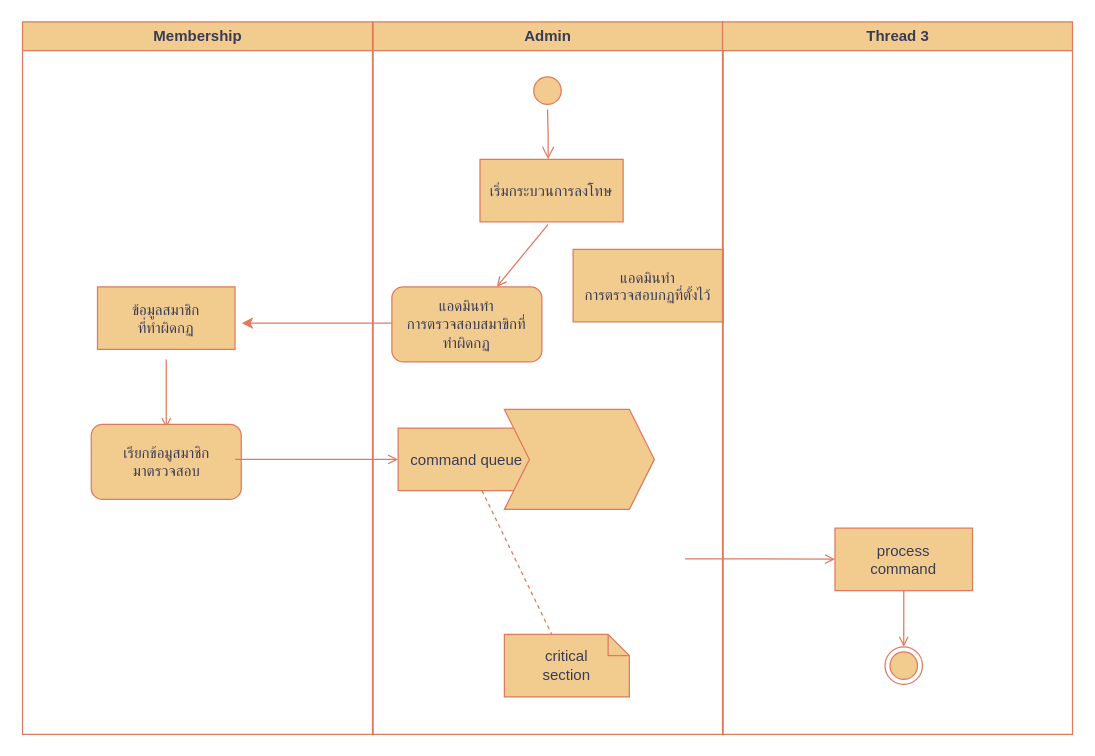
textures1245/textures1245 keeps this draw.io diagram as แบบแผนที่ยังไม่ได้ตั้งชื่อ.drawio. Above is the earlier version. Source tidied: cells renumbered, new cells numbered last; positions are measured from the earlier drawing's top-left corner, leaving out a move shared by most shapes. Both pictures are drawn from the tidied source at 125%, with x=0, y=0 at pixel (21, 21).
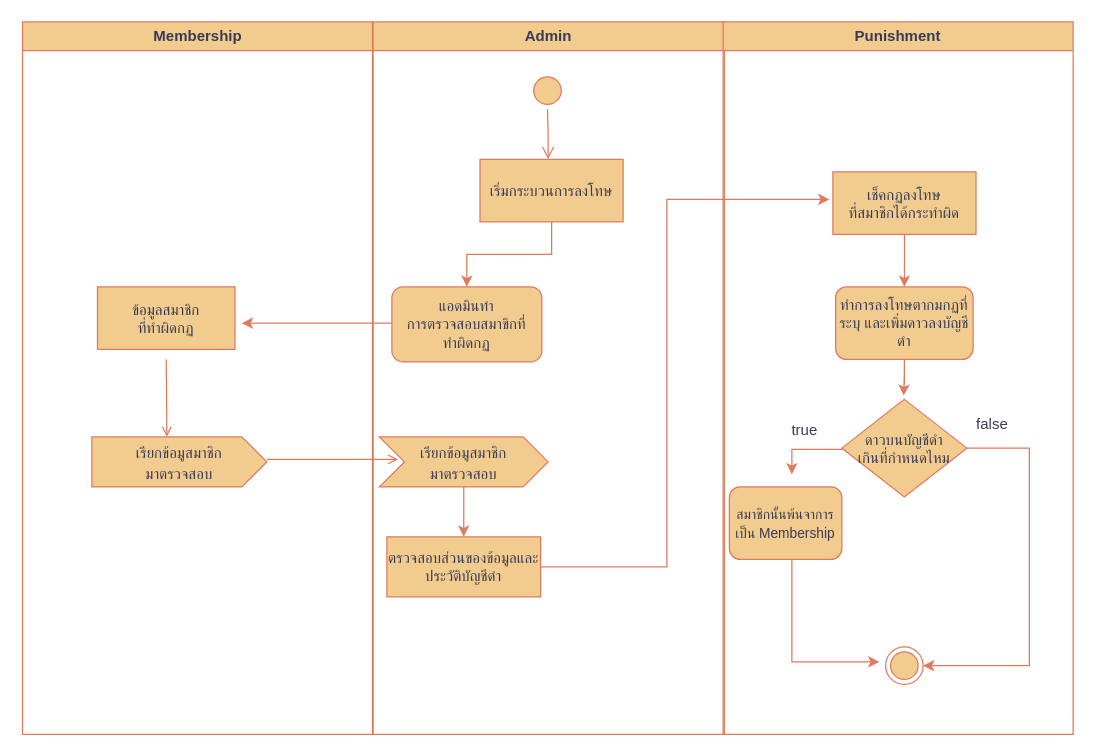
The same diagram, later.

The change refers to these unchanged cells:
```xml
<mxCell id="2" value="Membership" style="swimlane;whiteSpace=wrap;labelBackgroundColor=none;fillColor=#F2CC8F;strokeColor=#E07A5F;fontColor=#393C56;" parent="1" vertex="1">
  <mxGeometry x="0.5" width="280" height="570" as="geometry" />
</mxCell>
<mxCell id="9" value="เริ่มกระบวนการลงโทษ" style="labelBackgroundColor=none;fillColor=#F2CC8F;strokeColor=#E07A5F;fontColor=#393C56;" parent="6" vertex="1">
  <mxGeometry x="85.5" y="110" width="114.5" height="50" as="geometry" />
</mxCell>
<mxCell id="16" value="แอดมินทำ&lt;br style=&quot;border-color: var(--border-color); padding: 0px; margin: 0px;&quot;&gt;&lt;span style=&quot;&quot;&gt;การตรวจสอบสมาขิกที่&lt;/span&gt;&lt;br style=&quot;border-color: var(--border-color); padding: 0px; margin: 0px;&quot;&gt;&lt;span style=&quot;&quot;&gt;ทำผิดกฏ&lt;/span&gt;" style="rounded=1;whiteSpace=wrap;html=1;labelBackgroundColor=none;strokeColor=#E07A5F;fontFamily=Helvetica;fontSize=12;fontColor=#393C56;fillColor=#F2CC8F;" parent="6" vertex="1">
  <mxGeometry x="15" y="212" width="120" height="60" as="geometry" />
</mxCell>
<mxCell id="21" style="ellipse;shape=endState;fillColor=#F2CC8F;strokeColor=#E07A5F;labelBackgroundColor=none;fontColor=#393C56;" parent="18" vertex="1">
  <mxGeometry x="130" y="500" width="30" height="30" as="geometry" />
</mxCell>
```

The edit, as a diff of the source:
```diff
@@
-    <mxCell id="4" style="endArrow=open;strokeColor=#E07A5F;endFill=1;rounded=0;labelBackgroundColor=none;fontColor=default;" parent="2" edge="1">
+    <mxCell id="4" style="endArrow=open;strokeColor=#E07A5F;endFill=1;rounded=0;labelBackgroundColor=none;fontColor=default;entryX=0;entryY=0;entryDx=60;entryDy=0;entryPerimeter=0;" parent="2" edge="1" target="24">
       <mxGeometry relative="1" as="geometry">
         <mxPoint x="115" y="270" as="sourcePoint" />
-        <mxPoint x="115" y="325" as="targetPoint" />
       </mxGeometry>
     </mxCell>
-    <mxCell id="5" value="เรียกข้อมูสมาชิก&lt;br style=&quot;border-color: var(--border-color); padding: 0px; margin: 0px;&quot;&gt;&lt;span style=&quot;&quot;&gt;มาตรวจสอบ&lt;/span&gt;" style="rounded=1;whiteSpace=wrap;html=1;labelBackgroundColor=none;strokeColor=#E07A5F;fontFamily=Helvetica;fontSize=12;fontColor=#393C56;fillColor=#F2CC8F;" parent="2" vertex="1">
-      <mxGeometry x="55" y="322" width="120" height="60" as="geometry" />
-    </mxCell>
+    <mxCell id="24" value="&lt;font style=&quot;font-size: 12px;&quot;&gt;เรียกข้อมูสมาชิก&lt;br style=&quot;border-color: var(--border-color); padding: 0px; margin: 0px;&quot;&gt;&lt;span style=&quot;border-color: var(--border-color);&quot;&gt;มาตรวจสอบ&lt;/span&gt;&lt;/font&gt;" style="html=1;shape=mxgraph.infographic.ribbonSimple;notch1=0;notch2=20;align=center;verticalAlign=middle;fontSize=14;fontStyle=0;fillColor=#F2CC8F;whiteSpace=wrap;strokeColor=#E07A5F;fontColor=#393C56;labelBackgroundColor=none;" parent="2" vertex="1">
+      <mxGeometry x="55.5" y="332" width="140" height="40" as="geometry" />
+    </mxCell>
     <mxCell id="6" value="Admin" style="swimlane;whiteSpace=wrap;labelBackgroundColor=none;fillColor=#F2CC8F;strokeColor=#E07A5F;fontColor=#393C56;" parent="1" vertex="1">
-      <mxGeometry x="281" width="280" height="570" as="geometry" />
+      <mxGeometry x="281" width="281" height="570" as="geometry" />
     </mxCell>
@@
+    <mxCell id="25" style="edgeStyle=orthogonalEdgeStyle;rounded=0;jettySize=auto;html=1;entryX=0.5;entryY=0;entryDx=0;entryDy=0;strokeColor=#E07A5F;fontColor=default;fillColor=#F2CC8F;labelBackgroundColor=none;" parent="6" edge="1" source="9" target="16">
+      <mxGeometry relative="1" as="geometry" />
+    </mxCell>
@@
-    <mxCell id="10" style="edgeStyle=orthogonalEdgeStyle;rounded=0;orthogonalLoop=1;jettySize=auto;html=1;strokeColor=#E07A5F;fontColor=#393C56;fillColor=#F2CC8F;" parent="6" edge="1">
+    <mxCell id="10" style="edgeStyle=orthogonalEdgeStyle;rounded=0;orthogonalLoop=1;jettySize=auto;html=1;strokeColor=#E07A5F;fontColor=default;fillColor=#F2CC8F;labelBackgroundColor=none;" parent="6" edge="1">
       <mxGeometry relative="1" as="geometry">
         <mxPoint x="15" y="241" as="sourcePoint" />
         <mxPoint x="-105" y="241" as="targetPoint" />
       </mxGeometry>
     </mxCell>
-    <mxCell id="11" style="endArrow=open;strokeColor=#E07A5F;endFill=1;rounded=0;labelBackgroundColor=none;fontColor=default;" parent="6" edge="1">
-      <mxGeometry relative="1" as="geometry">
-        <mxPoint x="140" y="162" as="sourcePoint" />
-        <mxPoint x="98.9" y="212" as="targetPoint" />
-      </mxGeometry>
-    </mxCell>
-    <mxCell id="12" value="command queue" style="labelBackgroundColor=none;fillColor=#F2CC8F;strokeColor=#E07A5F;fontColor=#393C56;" parent="6" vertex="1">
-      <mxGeometry x="20" y="325" width="110" height="50" as="geometry" />
-    </mxCell>
-    <mxCell id="13" value="critical&#10;section" style="shape=note;whiteSpace=wrap;size=17;labelBackgroundColor=none;fillColor=#F2CC8F;strokeColor=#E07A5F;fontColor=#393C56;" parent="6" vertex="1">
-      <mxGeometry x="105" y="490" width="100" height="50" as="geometry" />
-    </mxCell>
-    <mxCell id="14" style="endArrow=none;strokeColor=#E07A5F;endFill=0;rounded=0;dashed=1;labelBackgroundColor=none;fontColor=default;" parent="6" edge="1" source="12" target="13">
-      <mxGeometry relative="1" as="geometry" />
-    </mxCell>
-    <mxCell id="15" value="แอดมินทำ&#10;การตรวจสอบกฏที่ตั้งไว้" style="labelBackgroundColor=none;fillColor=#F2CC8F;strokeColor=#E07A5F;fontColor=#393C56;" parent="6" vertex="1">
-      <mxGeometry x="160" y="182" width="120" height="58" as="geometry" />
-    </mxCell>
@@
-    <mxCell id="17" style="shape=step;perimeter=stepPerimeter;whiteSpace=wrap;html=1;fixedSize=1;labelBackgroundColor=none;strokeColor=#E07A5F;fontFamily=Helvetica;fontSize=12;fontColor=#393C56;fillColor=#F2CC8F;" parent="6" vertex="1">
-      <mxGeometry x="105" y="310" width="120" height="80" as="geometry" />
-    </mxCell>
+    <mxCell id="26" style="edgeStyle=orthogonalEdgeStyle;rounded=0;jettySize=auto;html=1;strokeColor=#E07A5F;fontColor=default;fillColor=#F2CC8F;labelBackgroundColor=none;" parent="6" edge="1" source="27">
+      <mxGeometry relative="1" as="geometry">
+        <mxPoint x="72.5" y="412" as="targetPoint" />
+      </mxGeometry>
+    </mxCell>
+    <mxCell id="27" value="&lt;font style=&quot;font-size: 12px;&quot;&gt;เรียกข้อมูสมาชิก&lt;br style=&quot;border-color: var(--border-color); padding: 0px; margin: 0px;&quot;&gt;&lt;span style=&quot;border-color: var(--border-color);&quot;&gt;มาตรวจสอบ&lt;/span&gt;&lt;/font&gt;" style="html=1;shape=mxgraph.infographic.ribbonSimple;notch1=20;notch2=20;align=center;verticalAlign=middle;fontSize=14;fontStyle=0;fillColor=#F2CC8F;whiteSpace=wrap;labelBackgroundColor=none;strokeColor=#E07A5F;fontFamily=Helvetica;fontColor=#393C56;" parent="6" vertex="1">
+      <mxGeometry x="5" y="332" width="135" height="40" as="geometry" />
+    </mxCell>
+    <mxCell id="28" style="edgeStyle=orthogonalEdgeStyle;rounded=0;jettySize=auto;html=1;strokeColor=#E07A5F;fontColor=default;fillColor=#F2CC8F;labelBackgroundColor=none;" parent="6" edge="1" source="29">
+      <mxGeometry relative="1" as="geometry">
+        <mxPoint x="365" y="142" as="targetPoint" />
+        <Array as="points">
+          <mxPoint x="235" y="436" />
+          <mxPoint x="235" y="142" />
+        </Array>
+      </mxGeometry>
+    </mxCell>
+    <mxCell id="29" value="ตรวจสอบส่วนของข้อมูลและประวัติบัญชีดำ" style="whiteSpace=wrap;html=1;strokeColor=#E07A5F;fontColor=#393C56;fillColor=#F2CC8F;labelBackgroundColor=none;" parent="6" vertex="1">
+      <mxGeometry x="11" y="412" width="123" height="48" as="geometry" />
+    </mxCell>
-    <mxCell id="18" value="Thread 3" style="swimlane;whiteSpace=wrap;labelBackgroundColor=none;fillColor=#F2CC8F;strokeColor=#E07A5F;fontColor=#393C56;" parent="1" vertex="1">
-      <mxGeometry x="560.5" width="280" height="570" as="geometry" />
+    <mxCell id="18" value="Punishment" style="swimlane;whiteSpace=wrap;labelBackgroundColor=none;fillColor=#F2CC8F;strokeColor=#E07A5F;fontColor=#393C56;" parent="1" vertex="1">
+      <mxGeometry x="561" width="280" height="570" as="geometry" />
     </mxCell>
-    <mxCell id="19" value="process&#10;command" style="labelBackgroundColor=none;fillColor=#F2CC8F;strokeColor=#E07A5F;fontColor=#393C56;" parent="18" vertex="1">
-      <mxGeometry x="90" y="405" width="110" height="50" as="geometry" />
-    </mxCell>
-    <mxCell id="20" style="edgeStyle=none;strokeColor=#E07A5F;endArrow=open;endFill=1;rounded=0;labelBackgroundColor=none;fontColor=default;" parent="18" edge="1" target="19">
-      <mxGeometry relative="1" as="geometry">
-        <mxPoint x="-30" y="429.5" as="sourcePoint" />
-      </mxGeometry>
-    </mxCell>
@@
-    <mxCell id="22" style="endArrow=open;strokeColor=#E07A5F;endFill=1;rounded=0;labelBackgroundColor=none;fontColor=default;" parent="18" edge="1" source="19" target="21">
-      <mxGeometry relative="1" as="geometry" />
-    </mxCell>
+    <mxCell id="30" style="edgeStyle=orthogonalEdgeStyle;rounded=0;jettySize=auto;html=1;strokeColor=#E07A5F;fontColor=default;fillColor=#F2CC8F;entryX=0.5;entryY=0;entryDx=0;entryDy=0;labelBackgroundColor=none;" parent="18" edge="1" source="31" target="33">
+      <mxGeometry relative="1" as="geometry" />
+    </mxCell>
+    <mxCell id="31" value="เช็คกฏลงโทษ&#10;ที่สมาชิกได้กระทำผิด" style="labelBackgroundColor=none;fillColor=#F2CC8F;strokeColor=#E07A5F;fontColor=#393C56;" parent="18" vertex="1">
+      <mxGeometry x="87.8" y="120" width="114.5" height="50" as="geometry" />
+    </mxCell>
+    <mxCell id="32" style="edgeStyle=orthogonalEdgeStyle;rounded=0;jettySize=auto;html=1;strokeColor=#E07A5F;fontColor=default;fillColor=#F2CC8F;entryX=1.6;entryY=0.494;entryDx=0;entryDy=0;entryPerimeter=0;labelBackgroundColor=none;" parent="18" edge="1" source="33">
+      <mxGeometry relative="1" as="geometry">
+        <mxPoint x="144.5" y="299" as="targetPoint" />
+      </mxGeometry>
+    </mxCell>
+    <mxCell id="33" value="ทำการลงโทษตากมกฏที่ระบุ และเพิ่มดาวลงบัญชีดำ" style="rounded=1;whiteSpace=wrap;html=1;strokeColor=#E07A5F;fontColor=#393C56;fillColor=#F2CC8F;labelBackgroundColor=none;" parent="18" vertex="1">
+      <mxGeometry x="90" y="212" width="110" height="58" as="geometry" />
+    </mxCell>
+    <mxCell id="34" style="edgeStyle=orthogonalEdgeStyle;rounded=0;jettySize=auto;html=1;strokeColor=#E07A5F;fontColor=default;fillColor=#F2CC8F;labelBackgroundColor=none;" parent="18" edge="1" source="36">
+      <mxGeometry relative="1" as="geometry">
+        <mxPoint x="55" y="362" as="targetPoint" />
+        <Array as="points">
+          <mxPoint x="55" y="342" />
+        </Array>
+      </mxGeometry>
+    </mxCell>
+    <mxCell id="35" style="edgeStyle=orthogonalEdgeStyle;rounded=0;jettySize=auto;html=1;strokeColor=#E07A5F;fontColor=default;fillColor=#F2CC8F;entryX=1;entryY=0.5;entryDx=0;entryDy=0;labelBackgroundColor=none;" parent="18" edge="1" source="36" target="21">
+      <mxGeometry relative="1" as="geometry">
+        <Array as="points">
+          <mxPoint x="245" y="341" />
+          <mxPoint x="245" y="515" />
+        </Array>
+      </mxGeometry>
+    </mxCell>
+    <mxCell id="36" value="ดาวบนบัญชีดำ&#10;เกินที่กำหนดไหม" style="rhombus;strokeColor=#E07A5F;fontColor=#393C56;fillColor=#F2CC8F;labelBackgroundColor=none;" parent="18" vertex="1">
+      <mxGeometry x="95" y="302" width="100" height="78" as="geometry" />
+    </mxCell>
+    <mxCell id="37" style="edgeStyle=orthogonalEdgeStyle;rounded=0;jettySize=auto;html=1;strokeColor=#E07A5F;fontColor=default;fillColor=#F2CC8F;labelBackgroundColor=none;" parent="18" edge="1" source="38">
+      <mxGeometry relative="1" as="geometry">
+        <mxPoint x="125" y="512" as="targetPoint" />
+        <Array as="points">
+          <mxPoint x="55" y="512" />
+        </Array>
+      </mxGeometry>
+    </mxCell>
+    <mxCell id="38" value="&lt;font style=&quot;font-size: 11px;&quot;&gt;สมาชิกนั้นพ้นจาการเป็น Membership&lt;/font&gt;" style="rounded=1;whiteSpace=wrap;html=1;strokeColor=#E07A5F;fontColor=#393C56;fillColor=#F2CC8F;labelBackgroundColor=none;" parent="18" vertex="1">
+      <mxGeometry x="5" y="372" width="90" height="58" as="geometry" />
+    </mxCell>
+    <mxCell id="39" value="true" style="text;html=1;align=center;verticalAlign=middle;strokeColor=none;fillColor=none;fontColor=#393C56;labelBackgroundColor=none;" parent="18" vertex="1">
+      <mxGeometry x="45" y="312" width="40" height="30" as="geometry" />
+    </mxCell>
-    <mxCell id="23" style="endArrow=open;strokeColor=#E07A5F;endFill=1;rounded=0;labelBackgroundColor=none;fontColor=default;" parent="1" edge="1" target="12">
+    <mxCell id="23" style="endArrow=open;strokeColor=#E07A5F;endFill=1;rounded=0;labelBackgroundColor=none;fontColor=default;" parent="1" edge="1">
       <mxGeometry relative="1" as="geometry">
-        <mxPoint x="170.5" y="350" as="sourcePoint" />
+        <mxPoint x="196" y="350" as="sourcePoint" />
+        <mxPoint x="301" y="350" as="targetPoint" />
       </mxGeometry>
     </mxCell>
+    <mxCell id="40" value="false" style="text;html=1;align=center;verticalAlign=middle;strokeColor=none;fillColor=none;fontColor=#393C56;labelBackgroundColor=none;" parent="1" vertex="1">
+      <mxGeometry x="751" y="307" width="50" height="30" as="geometry" />
+    </mxCell>
```
